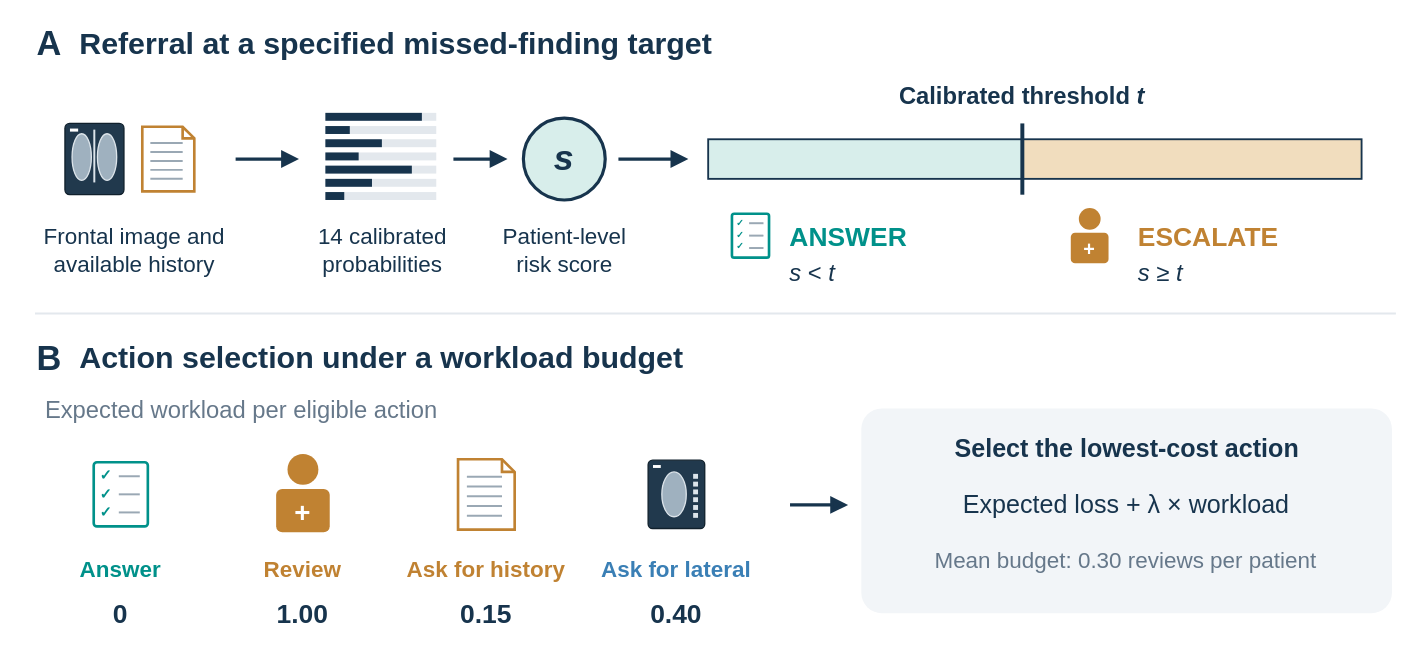
AbdurRahman599/adaptive-risk-gate keeps this draw.io diagram as figures/src/drawio/Fig3_routing.drawio. Above is the earlier version. Source tidied: cells renumbered, new cells numbered last; positions are measured from the earlier drawing's top-left corner, leaving out a move shared by most shapes. Both pictures are drawn from the tidied source at 132%, with x=0, y=0 at pixel (22, 22).
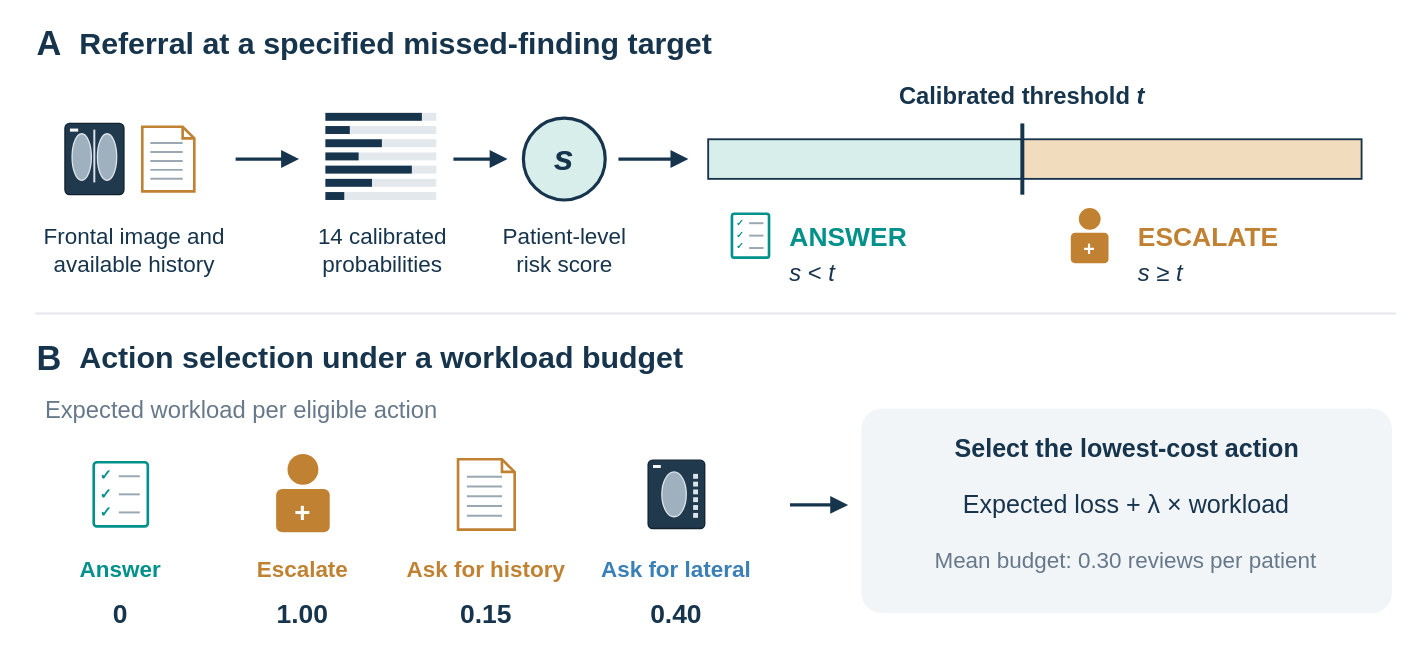
The same diagram, later.

Diff of the diagram source:
```diff
@@
-    <mxCell id="85" value="Review" style="text;html=1;whiteSpace=wrap;fontFamily=Helvetica;fontSize=17;fontColor=#C08232;fontStyle=1;align=center;verticalAlign=middle;strokeColor=none;fillColor=none;" parent="1" vertex="1">
+    <mxCell id="85" value="Escalate" style="text;html=1;whiteSpace=wrap;fontFamily=Helvetica;fontSize=17;fontColor=#C08232;fontStyle=1;align=center;verticalAlign=middle;strokeColor=none;fillColor=none;" parent="1" vertex="1">
       <mxGeometry x="138" y="399" width="148" height="32" as="geometry" />
     </mxCell>
```
